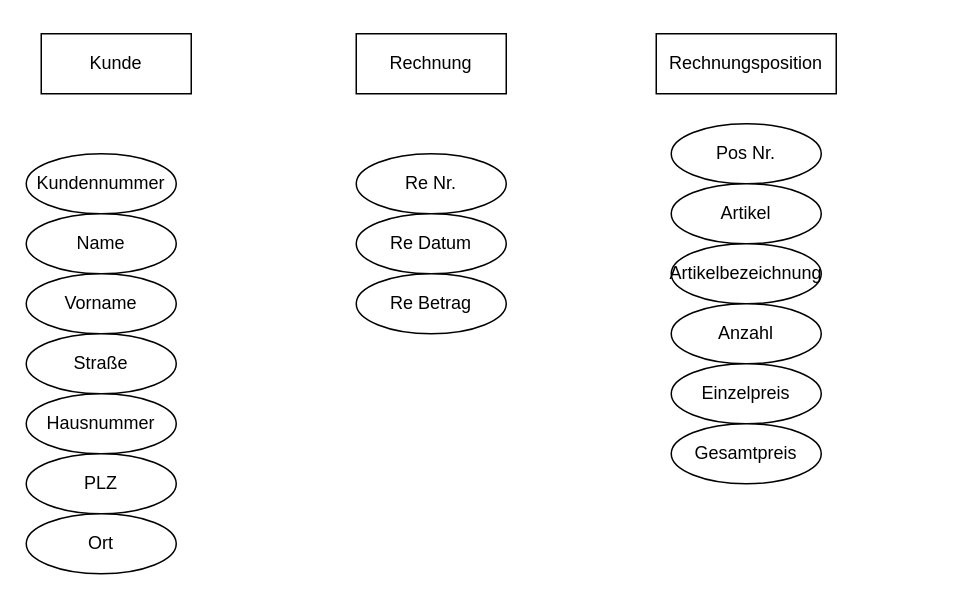
zKortex/BSLIF_SCHULE keeps this draw.io diagram as übung_4.drawio. Above is the earlier version. Source tidied: cells renumbered, new cells numbered last; positions are measured from the earlier drawing's top-left corner, leaving out a move shared by most shapes. Both pictures are drawn from the tidied source at 150%, with x=0, y=0 at pixel (26, 33).
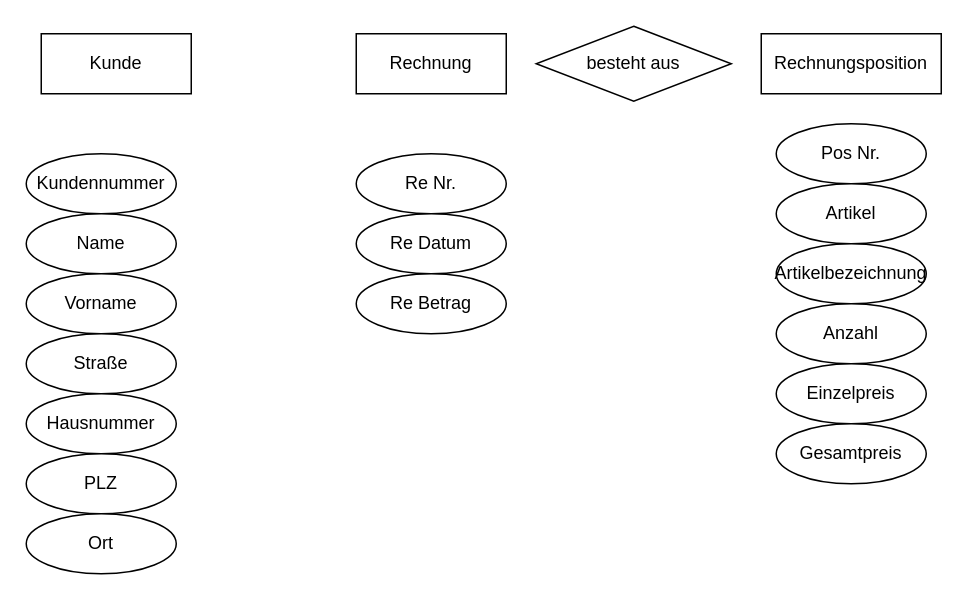
The same page after the edit.

Change to the diagram source:
```diff
@@
     <mxCell id="3" value="Rechnungsposition" style="whiteSpace=wrap;html=1;align=center;" parent="1" vertex="1">
-      <mxGeometry x="420" width="120" height="40" as="geometry" />
+      <mxGeometry x="490" width="120" height="40" as="geometry" />
     </mxCell>
@@
     <mxCell id="12" value="Pos Nr." style="ellipse;whiteSpace=wrap;html=1;align=center;" parent="1" vertex="1">
-      <mxGeometry x="430" y="60" width="100" height="40" as="geometry" />
+      <mxGeometry x="500" y="60" width="100" height="40" as="geometry" />
     </mxCell>
     <mxCell id="13" value="Artikel" style="ellipse;whiteSpace=wrap;html=1;align=center;" parent="1" vertex="1">
-      <mxGeometry x="430" y="100" width="100" height="40" as="geometry" />
+      <mxGeometry x="500" y="100" width="100" height="40" as="geometry" />
     </mxCell>
     <mxCell id="14" value="Artikelbezeichnung" style="ellipse;whiteSpace=wrap;html=1;align=center;" parent="1" vertex="1">
-      <mxGeometry x="430" y="140" width="100" height="40" as="geometry" />
+      <mxGeometry x="500" y="140" width="100" height="40" as="geometry" />
     </mxCell>
     <mxCell id="15" value="Anzahl" style="ellipse;whiteSpace=wrap;html=1;align=center;" parent="1" vertex="1">
-      <mxGeometry x="430" y="180" width="100" height="40" as="geometry" />
+      <mxGeometry x="500" y="180" width="100" height="40" as="geometry" />
     </mxCell>
     <mxCell id="16" value="Einzelpreis" style="ellipse;whiteSpace=wrap;html=1;align=center;" parent="1" vertex="1">
-      <mxGeometry x="430" y="220" width="100" height="40" as="geometry" />
+      <mxGeometry x="500" y="220" width="100" height="40" as="geometry" />
     </mxCell>
     <mxCell id="17" value="Gesamtpreis" style="ellipse;whiteSpace=wrap;html=1;align=center;" parent="1" vertex="1">
-      <mxGeometry x="430" y="260" width="100" height="40" as="geometry" />
+      <mxGeometry x="500" y="260" width="100" height="40" as="geometry" />
     </mxCell>
@@
+    <mxCell id="21" value="besteht aus" style="shape=rhombus;perimeter=rhombusPerimeter;whiteSpace=wrap;html=1;align=center;" parent="1" vertex="1">
+      <mxGeometry x="340" y="-5" width="130" height="50" as="geometry" />
+    </mxCell>
```
